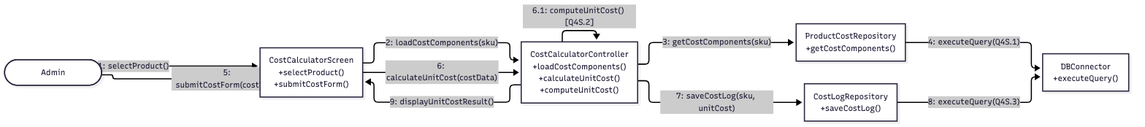
Before: 03-chapter2-use-case-descriptions/diagrams/png/4S-collaboration.png, a diagram exported from Mermaid (xbpkdi/321-sa-proj). Its source is kept beside it as 03-chapter2-use-case-descriptions/diagrams/mmd/4S-collaboration.mmd.
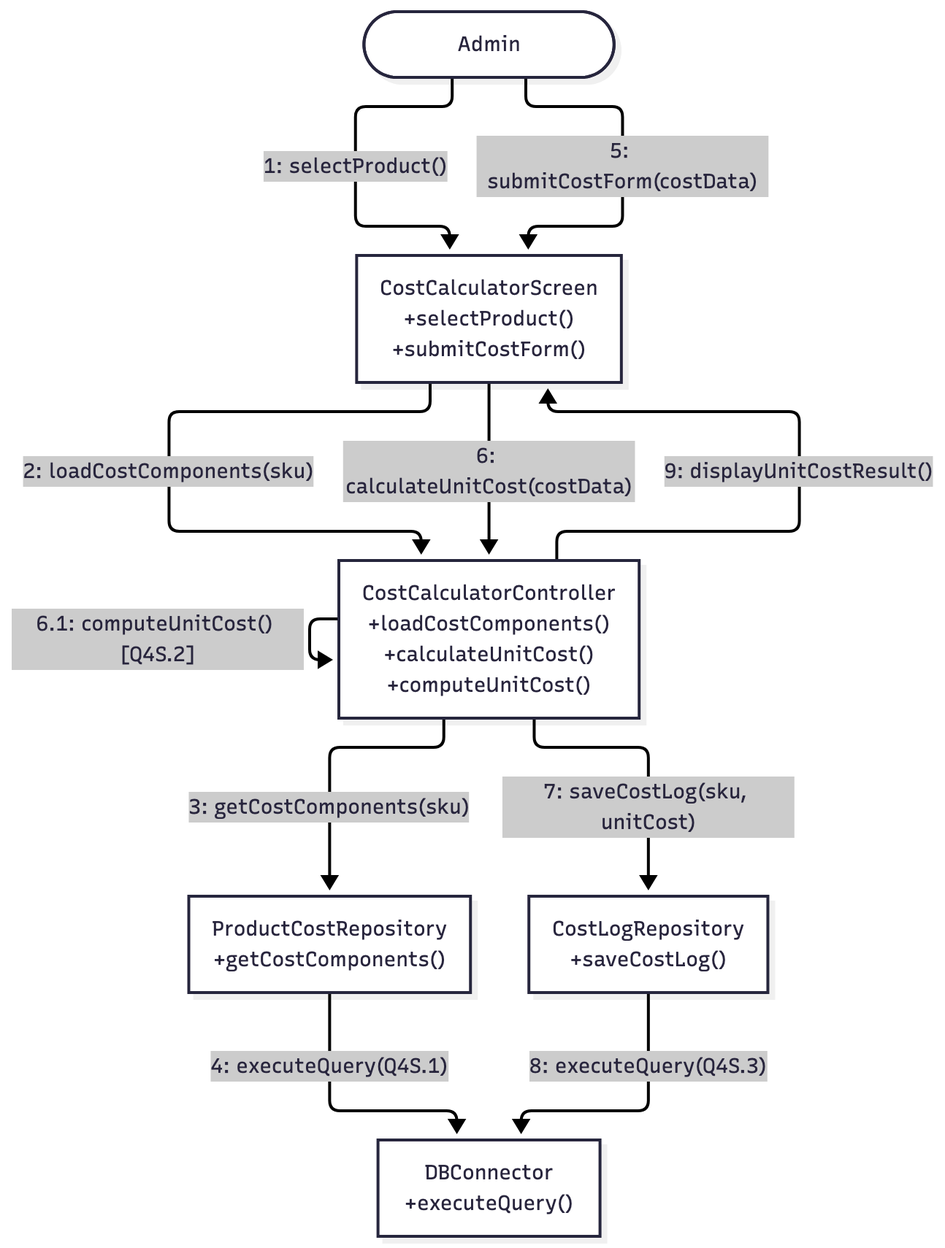
After the commit.

What changed in the source:
```diff
@@ -1,5 +1,5 @@
 %%{init: {'flowchart': {'nodeSpacing': 50, 'rankSpacing': 90, 'curve': 'linear'}}}%%
-graph LR
+graph TB
     Admin(["Admin"])
     Screen["CostCalculatorScreen<br/>+selectProduct()<br/>+submitCostForm()"]
     CCC["CostCalculatorController<br/>+loadCostComponents()<br/>+calculateUnitCost()<br/>+computeUnitCost()"]
```
